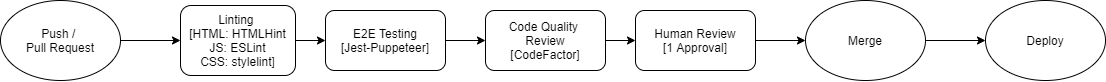
cse110-fa21-group21/cse110-fa21-group21 keeps this draw.io diagram as admin/cipipeline/phase2.drawio.png. Above is the earlier version. Source tidied: cells renumbered, new cells last; positions are measured from the earlier drawing's top-left corner, leaving out a move shared by most shapes. Source of this version:
```xml
<mxGraphModel>
  <root>
    <mxCell id="0" />
    <mxCell id="1" parent="0" />
    <mxCell id="2" value="Push /&amp;nbsp;&lt;br&gt;Pull Request" style="ellipse;whiteSpace=wrap;html=1;" parent="1" vertex="1">
      <mxGeometry width="120" height="80" as="geometry" />
    </mxCell>
    <mxCell id="3" style="edgeStyle=none;html=1;exitX=1;exitY=0.5;exitDx=0;exitDy=0;entryX=0;entryY=0.5;entryDx=0;entryDy=0;" parent="1" edge="1" source="4" target="12">
      <mxGeometry relative="1" as="geometry" />
    </mxCell>
    <mxCell id="4" value="Linting &lt;br&gt;[HTML: HTMLHint&lt;br&gt;JS: ESLint&lt;br&gt;CSS: stylelint]" style="rounded=1;whiteSpace=wrap;html=1;" parent="1" vertex="1">
      <mxGeometry x="180" y="5" width="115" height="70" as="geometry" />
    </mxCell>
    <mxCell id="5" style="endArrow=classic;html=1;exitX=1;exitY=0.5;exitDx=0;exitDy=0;entryX=0;entryY=0.5;entryDx=0;entryDy=0;" parent="1" edge="1" source="2" target="4">
      <mxGeometry relative="1" as="geometry" />
    </mxCell>
    <mxCell id="6" style="edgeStyle=none;html=1;exitX=1;exitY=0.5;exitDx=0;exitDy=0;entryX=0;entryY=0.5;entryDx=0;entryDy=0;" parent="1" edge="1" source="7" target="14">
      <mxGeometry relative="1" as="geometry" />
    </mxCell>
    <mxCell id="7" value="Code Quality&amp;nbsp;&lt;br&gt;Review&lt;br&gt;[CodeFactor]" style="rounded=1;whiteSpace=wrap;html=1;" parent="1" vertex="1">
      <mxGeometry x="485" y="10" width="120" height="60" as="geometry" />
    </mxCell>
    <mxCell id="8" style="edgeStyle=orthogonalEdgeStyle;rounded=0;jettySize=auto;html=1;exitX=1;exitY=0.5;exitDx=0;exitDy=0;entryX=0;entryY=0.5;entryDx=0;entryDy=0;" parent="1" edge="1" source="9" target="10">
      <mxGeometry relative="1" as="geometry" />
    </mxCell>
    <mxCell id="9" value="Merge" style="ellipse;whiteSpace=wrap;html=1;" parent="1" vertex="1">
      <mxGeometry x="805" width="120" height="80" as="geometry" />
    </mxCell>
    <mxCell id="10" value="Deploy" style="ellipse;whiteSpace=wrap;html=1;" parent="1" vertex="1">
      <mxGeometry x="985" width="120" height="80" as="geometry" />
    </mxCell>
    <mxCell id="11" style="edgeStyle=none;html=1;exitX=1;exitY=0.5;exitDx=0;exitDy=0;entryX=0;entryY=0.5;entryDx=0;entryDy=0;" parent="1" edge="1" source="12" target="7">
      <mxGeometry relative="1" as="geometry" />
    </mxCell>
    <mxCell id="12" value="E2E Testing&lt;br&gt;[Jest-Puppeteer]" style="rounded=1;whiteSpace=wrap;html=1;" parent="1" vertex="1">
      <mxGeometry x="325" y="10" width="120" height="60" as="geometry" />
    </mxCell>
    <mxCell id="13" style="edgeStyle=none;html=1;exitX=1;exitY=0.5;exitDx=0;exitDy=0;entryX=0;entryY=0.5;entryDx=0;entryDy=0;" parent="1" edge="1" source="14" target="9">
      <mxGeometry relative="1" as="geometry" />
    </mxCell>
    <mxCell id="14" value="Human Review&lt;br&gt;[1 Approval]" style="rounded=1;whiteSpace=wrap;html=1;" parent="1" vertex="1">
      <mxGeometry x="635" y="10" width="120" height="60" as="geometry" />
    </mxCell>
  </root>
</mxGraphModel>
```
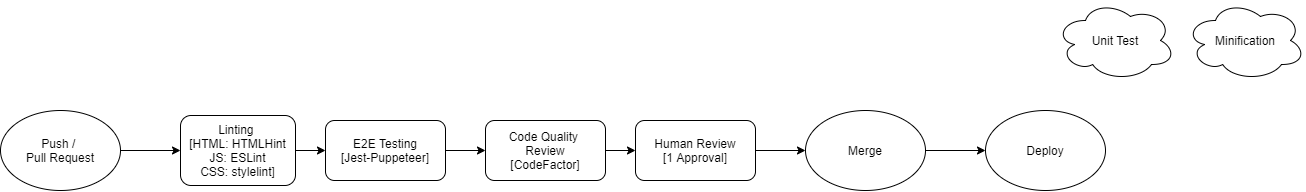
Above is the later version.

Commit message:
Update Phase 2 Diagram

The edit, as a diff of the source:
```diff
@@ -41,5 +41,11 @@
     <mxCell id="14" value="Human Review&lt;br&gt;[1 Approval]" style="rounded=1;whiteSpace=wrap;html=1;" parent="1" vertex="1">
       <mxGeometry x="635" y="10" width="120" height="60" as="geometry" />
     </mxCell>
+    <mxCell id="15" value="Unit Test" style="ellipse;shape=cloud;whiteSpace=wrap;html=1;" parent="1" vertex="1">
+      <mxGeometry x="1055" y="-110" width="120" height="80" as="geometry" />
+    </mxCell>
+    <mxCell id="16" value="Minification" style="ellipse;shape=cloud;whiteSpace=wrap;html=1;" parent="1" vertex="1">
+      <mxGeometry x="1185" y="-110" width="120" height="80" as="geometry" />
+    </mxCell>
   </root>
 </mxGraphModel>
```
